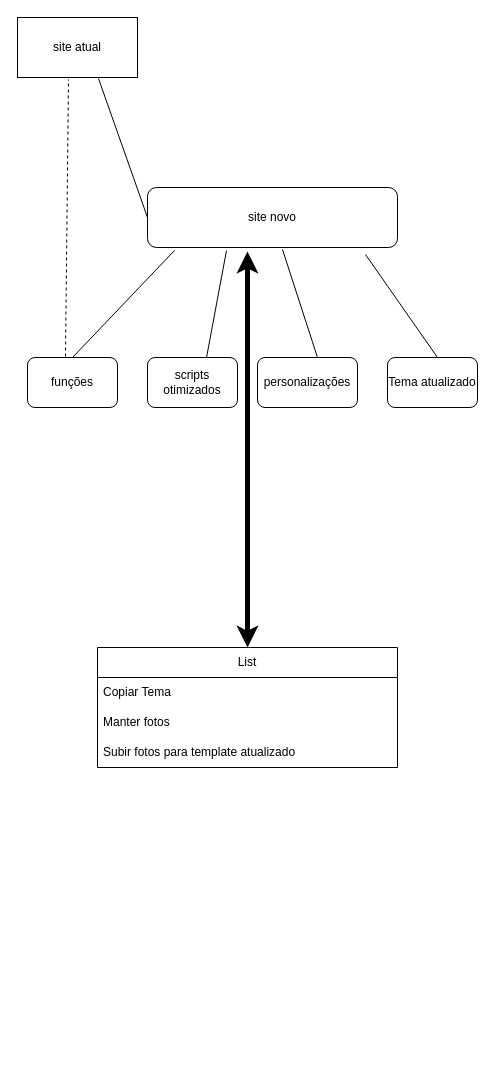
This is Diagrama sem nome.drawio from Ryan-lmm/javascript, a draw.io file, before an edit. Source tidied: cells renumbered, new cells numbered last; positions are measured from the earlier drawing's top-left corner, leaving out a move shared by most shapes. Both pictures are drawn from the tidied source at 100%, with x=0, y=0 at pixel (17, 17).
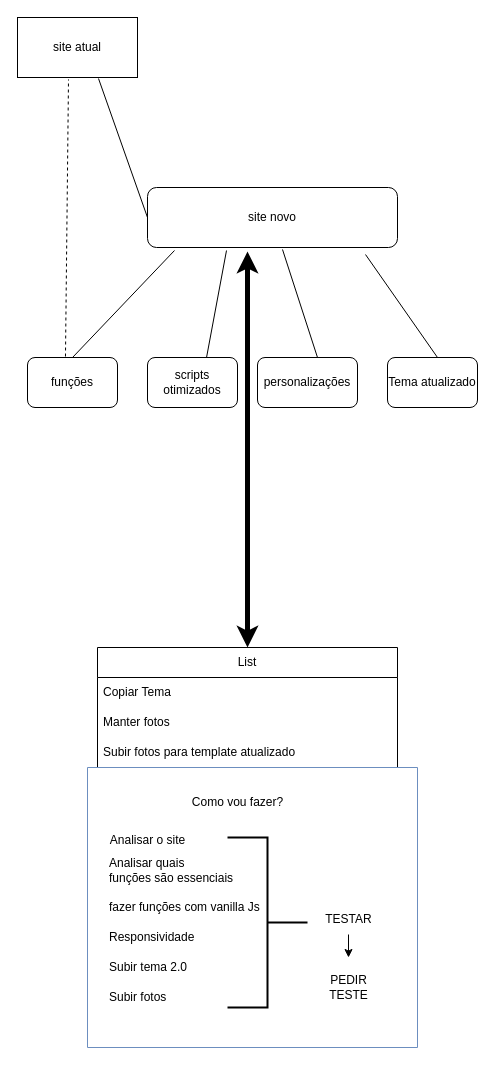
The same diagram, later.

Commit message:
SITE WORDPRESS BRUNO FUJII

Change to the diagram source:
```diff
@@
+    <mxCell id="19" style="swimlane;startSize=0;fillColor=#dae8fc;strokeColor=#6c8ebf;" parent="1" vertex="1">
+      <mxGeometry x="70" y="750" width="330" height="280" as="geometry" />
+    </mxCell>
+    <mxCell id="20" value="Como vou fazer?&lt;br&gt;" style="text;html=1;align=center;verticalAlign=middle;strokeColor=none;fillColor=none;" parent="19" vertex="1">
+      <mxGeometry x="90" y="20" width="120" height="30" as="geometry" />
+    </mxCell>
+    <mxCell id="21" value="Analisar o site" style="text;html=1;align=center;verticalAlign=middle;strokeColor=none;fillColor=none;" parent="19" vertex="1">
+      <mxGeometry x="10" y="58" width="100" height="30" as="geometry" />
+    </mxCell>
+    <mxCell id="22" value="Analisar quais &lt;br&gt;funções são essenciais" style="text;html=1;align=left;verticalAlign=middle;strokeColor=none;fillColor=none;" parent="19" vertex="1">
+      <mxGeometry x="20" y="83" width="160" height="40" as="geometry" />
+    </mxCell>
+    <mxCell id="23" value="fazer funções com vanilla Js" style="text;html=1;align=left;verticalAlign=middle;strokeColor=none;fillColor=none;" parent="19" vertex="1">
+      <mxGeometry x="20" y="125" width="180" height="30" as="geometry" />
+    </mxCell>
+    <mxCell id="24" value="Responsividade" style="text;html=1;align=left;verticalAlign=middle;strokeColor=none;fillColor=none;" parent="19" vertex="1">
+      <mxGeometry x="20" y="155" width="110" height="30" as="geometry" />
+    </mxCell>
+    <mxCell id="25" value="Subir tema 2.0" style="text;html=1;align=left;verticalAlign=middle;strokeColor=none;fillColor=none;" parent="19" vertex="1">
+      <mxGeometry x="20" y="185" width="100" height="30" as="geometry" />
+    </mxCell>
+    <mxCell id="26" value="Subir fotos" style="text;html=1;align=left;verticalAlign=middle;strokeColor=none;fillColor=none;" parent="19" vertex="1">
+      <mxGeometry x="20" y="215" width="80" height="30" as="geometry" />
+    </mxCell>
+    <mxCell id="27" style="strokeWidth=2;html=1;shape=mxgraph.flowchart.annotation_2;align=left;labelPosition=right;rotation=-180;" parent="19" vertex="1">
+      <mxGeometry x="140" y="70" width="80" height="170" as="geometry" />
+    </mxCell>
+    <mxCell id="28" style="edgeStyle=orthogonalEdgeStyle;rounded=0;jettySize=auto;html=1;" parent="19" edge="1" source="29">
+      <mxGeometry relative="1" as="geometry">
+        <mxPoint x="261" y="190" as="targetPoint" />
+      </mxGeometry>
+    </mxCell>
+    <mxCell id="29" value="TESTAR" style="text;html=1;align=center;verticalAlign=middle;points=[];strokeColor=none;fillColor=none;" parent="19" vertex="1">
+      <mxGeometry x="226" y="137" width="70" height="30" as="geometry" />
+    </mxCell>
+    <mxCell id="30" value="PEDIR&lt;br&gt;TESTE" style="text;html=1;align=center;verticalAlign=middle;strokeColor=none;fillColor=none;" parent="19" vertex="1">
+      <mxGeometry x="231" y="200" width="60" height="40" as="geometry" />
+    </mxCell>
```
